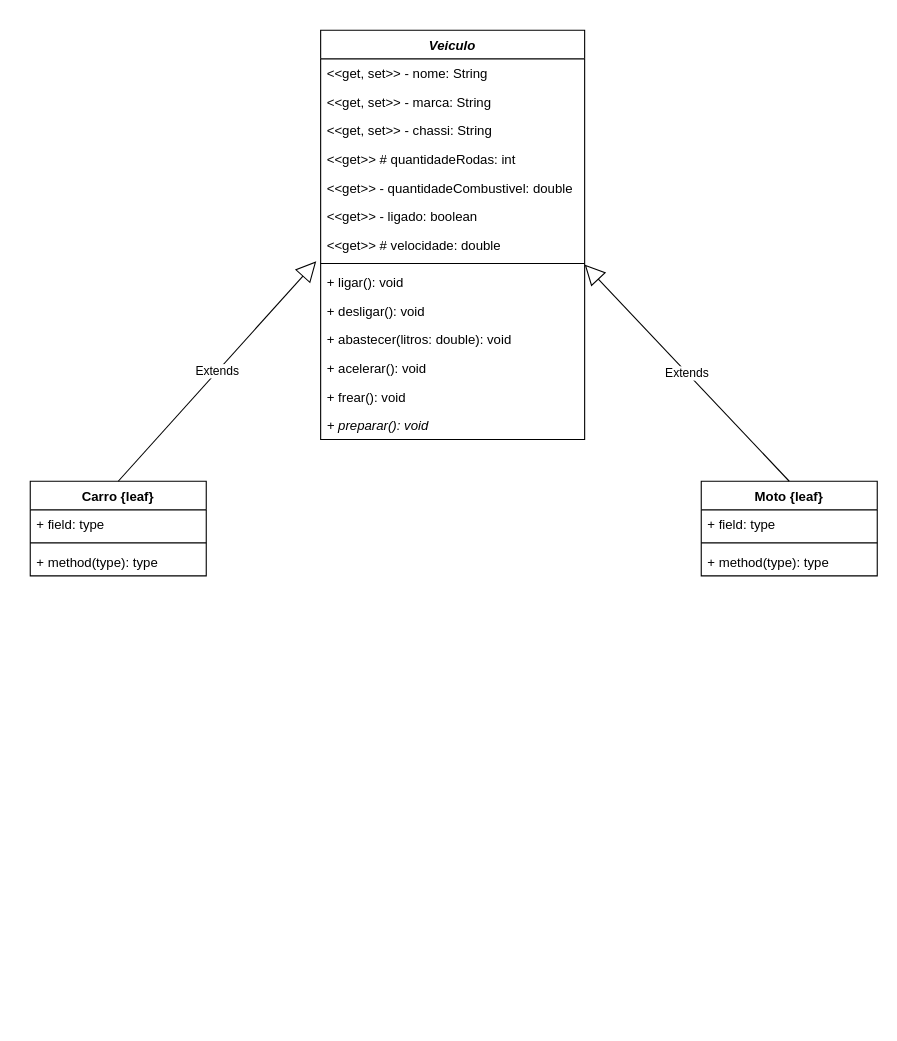
This is diagrama_classes.drawio from rrv-rafael/java-poo, a draw.io file, before an edit. Source tidied: cells renumbered, new cells numbered last; positions are measured from the earlier drawing's top-left corner, leaving out a move shared by most shapes. Both pictures are drawn from the tidied source at 110%, with x=0, y=0 at pixel (30, 30).
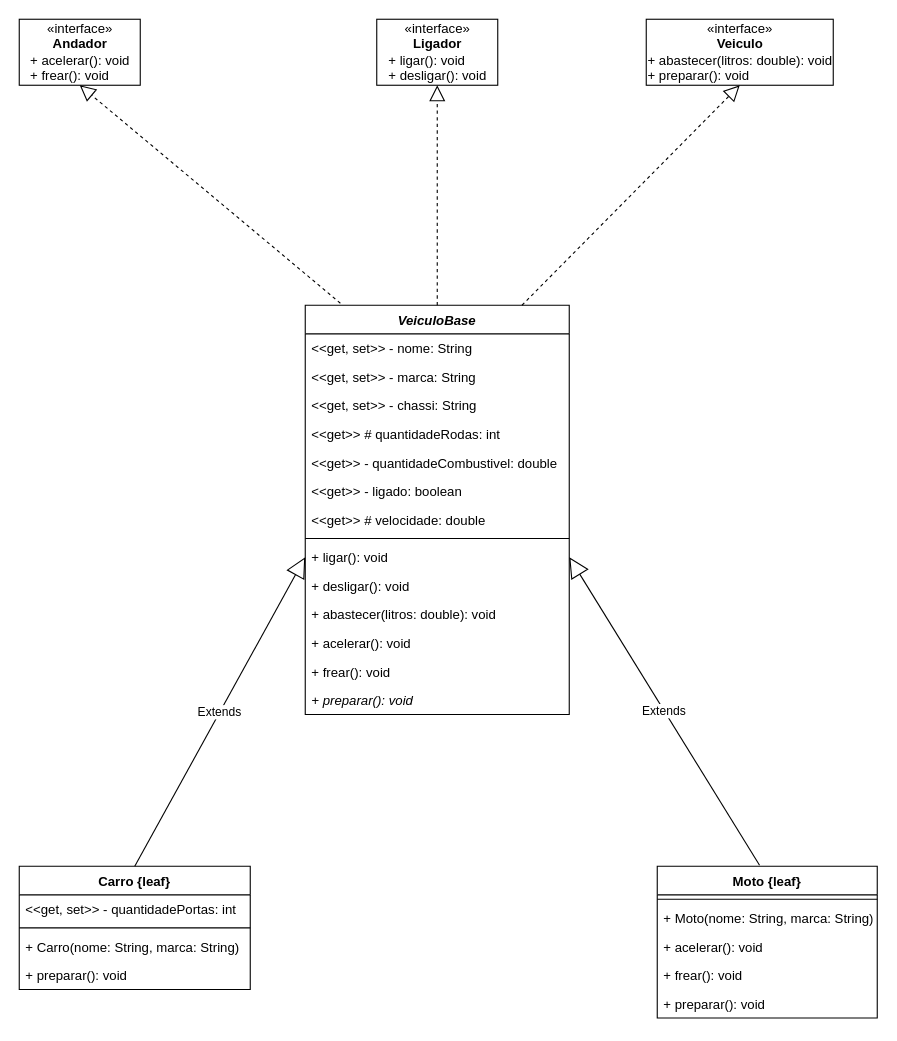
After the change.

The change refers to these unchanged cells:
```xml
<mxCell id="11" value="+ ligar(): void" style="text;strokeColor=none;fillColor=none;align=left;verticalAlign=top;spacingLeft=4;spacingRight=4;overflow=hidden;points=[[0,0.5],[1,0.5]];portConstraint=eastwest;" parent="2" vertex="1">
  <mxGeometry y="216" width="240" height="26" as="geometry" />
</mxCell>
```

Diff of the diagram source:
```diff
@@
-    <mxCell id="2" value="Veiculo" style="swimlane;fontStyle=3;align=center;verticalAlign=top;horizontal=1;startSize=26;" parent="1" vertex="1">
-      <mxGeometry x="264" width="240" height="372" as="geometry" />
+    <mxCell id="2" value="VeiculoBase" style="swimlane;fontStyle=3;align=center;verticalAlign=top;horizontal=1;startSize=26;" parent="1" vertex="1">
+      <mxGeometry x="250" y="250" width="240" height="372" as="geometry" />
     </mxCell>
@@
     <mxCell id="17" value="Carro {leaf}" style="swimlane;fontStyle=1;align=center;verticalAlign=top;horizontal=1;startSize=26;" parent="1" vertex="1">
-      <mxGeometry y="410" width="160" height="86" as="geometry" />
+      <mxGeometry x="-10" y="760" width="210" height="112" as="geometry" />
     </mxCell>
-    <mxCell id="18" value="+ field: type" style="text;strokeColor=none;fillColor=none;align=left;verticalAlign=top;spacingLeft=4;spacingRight=4;overflow=hidden;" parent="17" vertex="1">
-      <mxGeometry y="26" width="160" height="26" as="geometry" />
+    <mxCell id="18" value="&lt;&lt;get, set&gt;&gt; - quantidadePortas: int" style="text;strokeColor=none;fillColor=none;align=left;verticalAlign=top;spacingLeft=4;spacingRight=4;overflow=hidden;" parent="17" vertex="1">
+      <mxGeometry y="26" width="210" height="26" as="geometry" />
     </mxCell>
     <mxCell id="19" style="line;strokeWidth=1;fillColor=none;align=left;verticalAlign=middle;spacingTop=-1;spacingLeft=3;spacingRight=3;labelPosition=right;" parent="17" vertex="1">
-      <mxGeometry y="52" width="160" height="8" as="geometry" />
+      <mxGeometry y="52" width="210" height="8" as="geometry" />
     </mxCell>
-    <mxCell id="20" value="+ method(type): type" style="text;strokeColor=none;fillColor=none;align=left;verticalAlign=top;spacingLeft=4;spacingRight=4;overflow=hidden;" parent="17" vertex="1">
-      <mxGeometry y="60" width="160" height="26" as="geometry" />
+    <mxCell id="20" value="+ Carro(nome: String, marca: String)" style="text;strokeColor=none;fillColor=none;align=left;verticalAlign=top;spacingLeft=4;spacingRight=4;overflow=hidden;" parent="17" vertex="1">
+      <mxGeometry y="60" width="210" height="26" as="geometry" />
     </mxCell>
+    <mxCell id="27" value="+ preparar(): void" style="text;strokeColor=none;fillColor=none;align=left;verticalAlign=top;spacingLeft=4;spacingRight=4;overflow=hidden;" parent="17" vertex="1">
+      <mxGeometry y="86" width="210" height="26" as="geometry" />
+    </mxCell>
     <mxCell id="21" value="Moto {leaf}" style="swimlane;fontStyle=1;align=center;verticalAlign=top;horizontal=1;startSize=26;" parent="1" vertex="1">
-      <mxGeometry x="610" y="410" width="160" height="86" as="geometry" />
+      <mxGeometry x="570" y="760" width="200" height="138" as="geometry" />
     </mxCell>
-    <mxCell id="22" value="+ field: type" style="text;strokeColor=none;fillColor=none;align=left;verticalAlign=top;spacingLeft=4;spacingRight=4;overflow=hidden;" parent="21" vertex="1">
-      <mxGeometry y="26" width="160" height="26" as="geometry" />
-    </mxCell>
     <mxCell id="23" style="line;strokeWidth=1;fillColor=none;align=left;verticalAlign=middle;spacingTop=-1;spacingLeft=3;spacingRight=3;labelPosition=right;" parent="21" vertex="1">
-      <mxGeometry y="52" width="160" height="8" as="geometry" />
+      <mxGeometry y="26" width="200" height="8" as="geometry" />
     </mxCell>
-    <mxCell id="24" value="+ method(type): type" style="text;strokeColor=none;fillColor=none;align=left;verticalAlign=top;spacingLeft=4;spacingRight=4;overflow=hidden;" parent="21" vertex="1">
-      <mxGeometry y="60" width="160" height="26" as="geometry" />
+    <mxCell id="24" value="+ Moto(nome: String, marca: String)" style="text;strokeColor=none;fillColor=none;align=left;verticalAlign=top;spacingLeft=4;spacingRight=4;overflow=hidden;" parent="21" vertex="1">
+      <mxGeometry y="34" width="200" height="26" as="geometry" />
     </mxCell>
+    <mxCell id="28" value="+ acelerar(): void&#10;" style="text;strokeColor=none;fillColor=none;align=left;verticalAlign=top;spacingLeft=4;spacingRight=4;overflow=hidden;" parent="21" vertex="1">
+      <mxGeometry y="60" width="200" height="26" as="geometry" />
+    </mxCell>
+    <mxCell id="29" value="+ frear(): void" style="text;strokeColor=none;fillColor=none;align=left;verticalAlign=top;spacingLeft=4;spacingRight=4;overflow=hidden;" parent="21" vertex="1">
+      <mxGeometry y="86" width="200" height="26" as="geometry" />
+    </mxCell>
+    <mxCell id="30" value="+ preparar(): void" style="text;strokeColor=none;fillColor=none;align=left;verticalAlign=top;spacingLeft=4;spacingRight=4;overflow=hidden;" parent="21" vertex="1">
+      <mxGeometry y="112" width="200" height="26" as="geometry" />
+    </mxCell>
-    <mxCell id="25" value="Extends" style="endArrow=block;endSize=16;endFill=0;html=1;rounded=0;exitX=0.5;exitY=0;exitDx=0;exitDy=0;" parent="1" edge="1" source="17">
-      <mxGeometry relative="1" as="geometry">
-        <mxPoint x="260" y="210" as="targetPoint" />
-      </mxGeometry>
+    <mxCell id="25" value="Extends" style="endArrow=block;endSize=16;endFill=0;html=1;rounded=0;entryX=0;entryY=0.5;entryDx=0;entryDy=0;exitX=0.5;exitY=0;exitDx=0;exitDy=0;" parent="1" edge="1" source="17" target="11">
+      <mxGeometry relative="1" as="geometry" />
     </mxCell>
-    <mxCell id="26" value="Extends" style="endArrow=block;endSize=16;endFill=0;html=1;rounded=0;entryX=1;entryY=-0.115;entryDx=0;entryDy=0;entryPerimeter=0;exitX=0.5;exitY=0;exitDx=0;exitDy=0;" parent="1" edge="1" source="21" target="11">
+    <mxCell id="26" value="Extends" style="endArrow=block;endSize=16;endFill=0;html=1;rounded=0;exitX=0.465;exitY=-0.007;exitDx=0;exitDy=0;exitPerimeter=0;entryX=1;entryY=0.5;entryDx=0;entryDy=0;" parent="1" edge="1" source="21" target="11">
       <mxGeometry relative="1" as="geometry" />
     </mxCell>
+    <mxCell id="31" value="«interface»&lt;br&gt;&lt;b&gt;Andador&lt;/b&gt;&lt;br&gt;&lt;div style=&quot;text-align: left;&quot;&gt;+ acelerar(): void&lt;/div&gt;&lt;div style=&quot;text-align: left;&quot;&gt;+ frear(): void&lt;/div&gt;" style="html=1;" parent="1" vertex="1">
+      <mxGeometry x="-10" y="-10" width="110" height="60" as="geometry" />
+    </mxCell>
+    <mxCell id="32" value="«interface»&lt;br&gt;&lt;b&gt;Ligador&lt;/b&gt;&lt;br&gt;&lt;div style=&quot;text-align: left;&quot;&gt;+ ligar(): void&lt;/div&gt;&lt;div style=&quot;text-align: left;&quot;&gt;+ desligar(): void&lt;/div&gt;" style="html=1;" parent="1" vertex="1">
+      <mxGeometry x="315" y="-10" width="110" height="60" as="geometry" />
+    </mxCell>
+    <mxCell id="33" value="«interface»&lt;br&gt;&lt;b&gt;Veiculo&lt;/b&gt;&lt;br&gt;&lt;div style=&quot;text-align: left;&quot;&gt;+ abastecer(litros: double): void&lt;/div&gt;&lt;div style=&quot;text-align: left;&quot;&gt;+ preparar(): void&lt;/div&gt;" style="html=1;" parent="1" vertex="1">
+      <mxGeometry x="560" y="-10" width="170" height="60" as="geometry" />
+    </mxCell>
+    <mxCell id="34" style="endArrow=block;dashed=1;endFill=0;endSize=12;html=1;rounded=0;entryX=0.5;entryY=1;entryDx=0;entryDy=0;exitX=0.133;exitY=-0.005;exitDx=0;exitDy=0;exitPerimeter=0;" parent="1" edge="1" source="2" target="31">
+      <mxGeometry relative="1" as="geometry" />
+    </mxCell>
+    <mxCell id="35" style="endArrow=block;dashed=1;endFill=0;endSize=12;html=1;rounded=0;entryX=0.5;entryY=1;entryDx=0;entryDy=0;exitX=0.5;exitY=0;exitDx=0;exitDy=0;" parent="1" edge="1" source="2" target="32">
+      <mxGeometry relative="1" as="geometry" />
+    </mxCell>
+    <mxCell id="36" style="endArrow=block;dashed=1;endFill=0;endSize=12;html=1;rounded=0;entryX=0.5;entryY=1;entryDx=0;entryDy=0;exitX=0.821;exitY=0;exitDx=0;exitDy=0;exitPerimeter=0;" parent="1" edge="1" source="2" target="33">
+      <mxGeometry relative="1" as="geometry" />
+    </mxCell>
```
